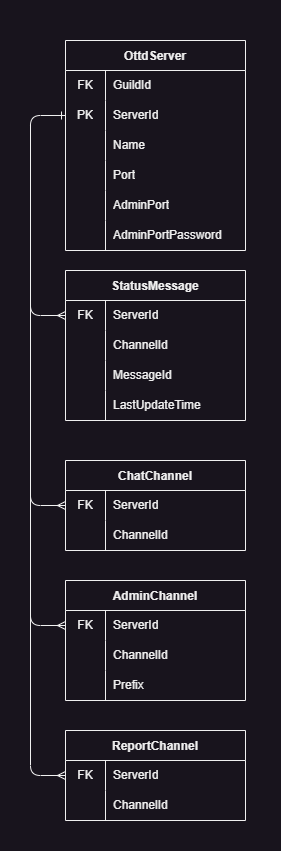
Above: docs/database.drawio.png in shoter/OpenttdDiscord (draw.io), before the change. Source tidied: cells renumbered, new cells last; positions are measured from the earlier drawing's top-left corner, leaving out a move shared by most shapes.
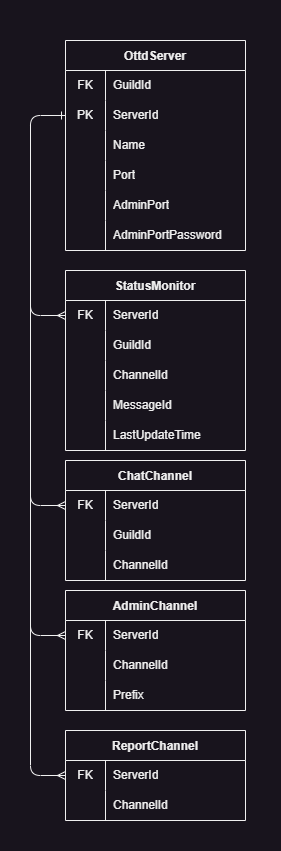
After the change.

Commit message:
feat: improve diagrams of db

Change to the diagram source:
```diff
@@ -62,8 +62,8 @@
     <mxCell id="21" value="AdminPortPassword" style="shape=partialRectangle;html=1;whiteSpace=wrap;fillColor=none;top=0;left=0;bottom=0;right=0;align=left;spacingLeft=6;overflow=hidden;fontColor=#F0F0F0;strokeColor=#F0F0F0;" parent="19" vertex="1">
       <mxGeometry x="40" width="140" height="30" as="geometry" />
     </mxCell>
-    <mxCell id="22" value="StatusMessage" style="shape=table;startSize=30;rowLines=0;fontStyle=1;fontColor=#F0F0F0;strokeColor=#F0F0F0;fillColor=#18141D;" parent="1" vertex="1">
-      <mxGeometry x="65" y="270" width="180" height="150" as="geometry" />
+    <mxCell id="22" value="StatusMonitor" style="shape=table;startSize=30;rowLines=0;fontStyle=1;fontColor=#F0F0F0;strokeColor=#F0F0F0;fillColor=#18141D;" parent="1" vertex="1">
+      <mxGeometry x="65" y="270" width="180" height="180" as="geometry" />
     </mxCell>
     <mxCell id="23" style="shape=tableRow;horizontal=0;startSize=0;swimlaneHead=0;swimlaneBody=0;top=0;left=0;bottom=0;right=0;fillColor=none;points=[[0,0.5],[1,0.5]];portConstraint=eastwest;fontColor=#F0F0F0;strokeColor=#F0F0F0;" parent="22" vertex="1">
       <mxGeometry y="30" width="180" height="30" as="geometry" />
@@ -74,8 +74,17 @@
     <mxCell id="25" value="ServerId" style="shape=partialRectangle;html=1;whiteSpace=wrap;fillColor=none;top=0;left=0;bottom=0;right=0;align=left;spacingLeft=6;overflow=hidden;fontColor=#F0F0F0;strokeColor=#F0F0F0;" parent="23" vertex="1">
       <mxGeometry x="40" width="140" height="30" as="geometry" />
     </mxCell>
+    <mxCell id="63" style="shape=tableRow;horizontal=0;startSize=0;swimlaneHead=0;swimlaneBody=0;top=0;left=0;bottom=0;right=0;fillColor=none;fontColor=#F0F0F0;strokeColor=#F0F0F0;" parent="22" vertex="1">
+      <mxGeometry y="60" width="180" height="30" as="geometry" />
+    </mxCell>
+    <mxCell id="64" style="shape=partialRectangle;html=1;whiteSpace=wrap;fillColor=none;top=0;left=0;bottom=0;right=0;overflow=hidden;fontColor=#F0F0F0;strokeColor=#F0F0F0;" parent="63" vertex="1">
+      <mxGeometry width="40" height="30" as="geometry" />
+    </mxCell>
+    <mxCell id="65" value="GuildId" style="shape=partialRectangle;html=1;whiteSpace=wrap;fillColor=none;top=0;left=0;bottom=0;right=0;align=left;spacingLeft=6;overflow=hidden;fontColor=#F0F0F0;strokeColor=#F0F0F0;" parent="63" vertex="1">
+      <mxGeometry x="40" width="140" height="30" as="geometry" />
+    </mxCell>
     <mxCell id="26" style="shape=tableRow;horizontal=0;startSize=0;swimlaneHead=0;swimlaneBody=0;top=0;left=0;bottom=0;right=0;fillColor=none;fontColor=#F0F0F0;strokeColor=#F0F0F0;" parent="22" vertex="1">
-      <mxGeometry y="60" width="180" height="30" as="geometry" />
+      <mxGeometry y="90" width="180" height="30" as="geometry" />
     </mxCell>
     <mxCell id="27" style="shape=partialRectangle;html=1;whiteSpace=wrap;fillColor=none;top=0;left=0;bottom=0;right=0;overflow=hidden;fontColor=#F0F0F0;strokeColor=#F0F0F0;" parent="26" vertex="1">
       <mxGeometry width="40" height="30" as="geometry" />
@@ -84,7 +93,7 @@
       <mxGeometry x="40" width="140" height="30" as="geometry" />
     </mxCell>
     <mxCell id="29" style="shape=tableRow;horizontal=0;startSize=0;swimlaneHead=0;swimlaneBody=0;top=0;left=0;bottom=0;right=0;fillColor=none;fontColor=#F0F0F0;strokeColor=#F0F0F0;" parent="22" vertex="1">
-      <mxGeometry y="90" width="180" height="30" as="geometry" />
+      <mxGeometry y="120" width="180" height="30" as="geometry" />
     </mxCell>
     <mxCell id="30" style="shape=partialRectangle;html=1;whiteSpace=wrap;fillColor=none;top=0;left=0;bottom=0;right=0;overflow=hidden;fontColor=#F0F0F0;strokeColor=#F0F0F0;" parent="29" vertex="1">
       <mxGeometry width="40" height="30" as="geometry" />
@@ -93,7 +102,7 @@
       <mxGeometry x="40" width="140" height="30" as="geometry" />
     </mxCell>
     <mxCell id="32" style="shape=tableRow;horizontal=0;startSize=0;swimlaneHead=0;swimlaneBody=0;top=0;left=0;bottom=0;right=0;fillColor=none;fontColor=#F0F0F0;strokeColor=#F0F0F0;" parent="22" vertex="1">
-      <mxGeometry y="120" width="180" height="30" as="geometry" />
+      <mxGeometry y="150" width="180" height="30" as="geometry" />
     </mxCell>
     <mxCell id="33" style="shape=partialRectangle;html=1;whiteSpace=wrap;fillColor=none;top=0;left=0;bottom=0;right=0;overflow=hidden;fontColor=#F0F0F0;strokeColor=#F0F0F0;" parent="32" vertex="1">
       <mxGeometry width="40" height="30" as="geometry" />
@@ -110,7 +119,7 @@
       </mxGeometry>
     </mxCell>
     <mxCell id="36" value="ChatChannel" style="shape=table;startSize=30;rowLines=0;fontStyle=1;fontColor=#F0F0F0;strokeColor=#F0F0F0;fillColor=#18141D;" parent="1" vertex="1">
-      <mxGeometry x="65" y="460" width="180" height="90" as="geometry" />
+      <mxGeometry x="65" y="460" width="180" height="120" as="geometry" />
     </mxCell>
     <mxCell id="37" style="shape=tableRow;horizontal=0;startSize=0;swimlaneHead=0;swimlaneBody=0;top=0;left=0;bottom=0;right=0;fillColor=none;points=[[0,0.5],[1,0.5]];portConstraint=eastwest;fontColor=#F0F0F0;strokeColor=#F0F0F0;" parent="36" vertex="1">
       <mxGeometry y="30" width="180" height="30" as="geometry" />
@@ -121,8 +130,17 @@
     <mxCell id="39" value="ServerId" style="shape=partialRectangle;html=1;whiteSpace=wrap;fillColor=none;top=0;left=0;bottom=0;right=0;align=left;spacingLeft=6;overflow=hidden;fontColor=#F0F0F0;strokeColor=#F0F0F0;" parent="37" vertex="1">
       <mxGeometry x="40" width="140" height="30" as="geometry" />
     </mxCell>
+    <mxCell id="66" style="shape=tableRow;horizontal=0;startSize=0;swimlaneHead=0;swimlaneBody=0;top=0;left=0;bottom=0;right=0;fillColor=none;fontColor=#F0F0F0;strokeColor=#F0F0F0;" parent="36" vertex="1">
+      <mxGeometry y="60" width="180" height="30" as="geometry" />
+    </mxCell>
+    <mxCell id="67" style="shape=partialRectangle;html=1;whiteSpace=wrap;fillColor=none;top=0;left=0;bottom=0;right=0;overflow=hidden;fontColor=#F0F0F0;strokeColor=#F0F0F0;" parent="66" vertex="1">
+      <mxGeometry width="40" height="30" as="geometry" />
+    </mxCell>
+    <mxCell id="68" value="GuildId" style="shape=partialRectangle;html=1;whiteSpace=wrap;fillColor=none;top=0;left=0;bottom=0;right=0;align=left;spacingLeft=6;overflow=hidden;fontColor=#F0F0F0;strokeColor=#F0F0F0;" parent="66" vertex="1">
+      <mxGeometry x="40" width="140" height="30" as="geometry" />
+    </mxCell>
     <mxCell id="40" style="shape=tableRow;horizontal=0;startSize=0;swimlaneHead=0;swimlaneBody=0;top=0;left=0;bottom=0;right=0;fillColor=none;fontColor=#F0F0F0;strokeColor=#F0F0F0;" parent="36" vertex="1">
-      <mxGeometry y="60" width="180" height="30" as="geometry" />
+      <mxGeometry y="90" width="180" height="30" as="geometry" />
     </mxCell>
     <mxCell id="41" style="shape=partialRectangle;html=1;whiteSpace=wrap;fillColor=none;top=0;left=0;bottom=0;right=0;overflow=hidden;fontColor=#F0F0F0;strokeColor=#F0F0F0;" parent="40" vertex="1">
       <mxGeometry width="40" height="30" as="geometry" />
@@ -139,7 +157,7 @@
       </mxGeometry>
     </mxCell>
     <mxCell id="44" value="AdminChannel" style="shape=table;startSize=30;rowLines=0;fontStyle=1;fontColor=#F0F0F0;strokeColor=#F0F0F0;fillColor=#18141D;" parent="1" vertex="1">
-      <mxGeometry x="65" y="580" width="180" height="120" as="geometry" />
+      <mxGeometry x="65" y="590" width="180" height="120" as="geometry" />
     </mxCell>
     <mxCell id="45" style="shape=tableRow;horizontal=0;startSize=0;swimlaneHead=0;swimlaneBody=0;top=0;left=0;bottom=0;right=0;fillColor=none;points=[[0,0.5],[1,0.5]];portConstraint=eastwest;fontColor=#F0F0F0;strokeColor=#F0F0F0;" parent="44" vertex="1">
       <mxGeometry y="30" width="180" height="30" as="geometry" />
@@ -172,7 +190,7 @@
       <mxGeometry relative="1" as="geometry">
         <mxPoint x="30" y="410" as="targetPoint" />
         <Array as="points">
-          <mxPoint x="30" y="625" />
+          <mxPoint x="30" y="635" />
         </Array>
       </mxGeometry>
     </mxCell>
```
